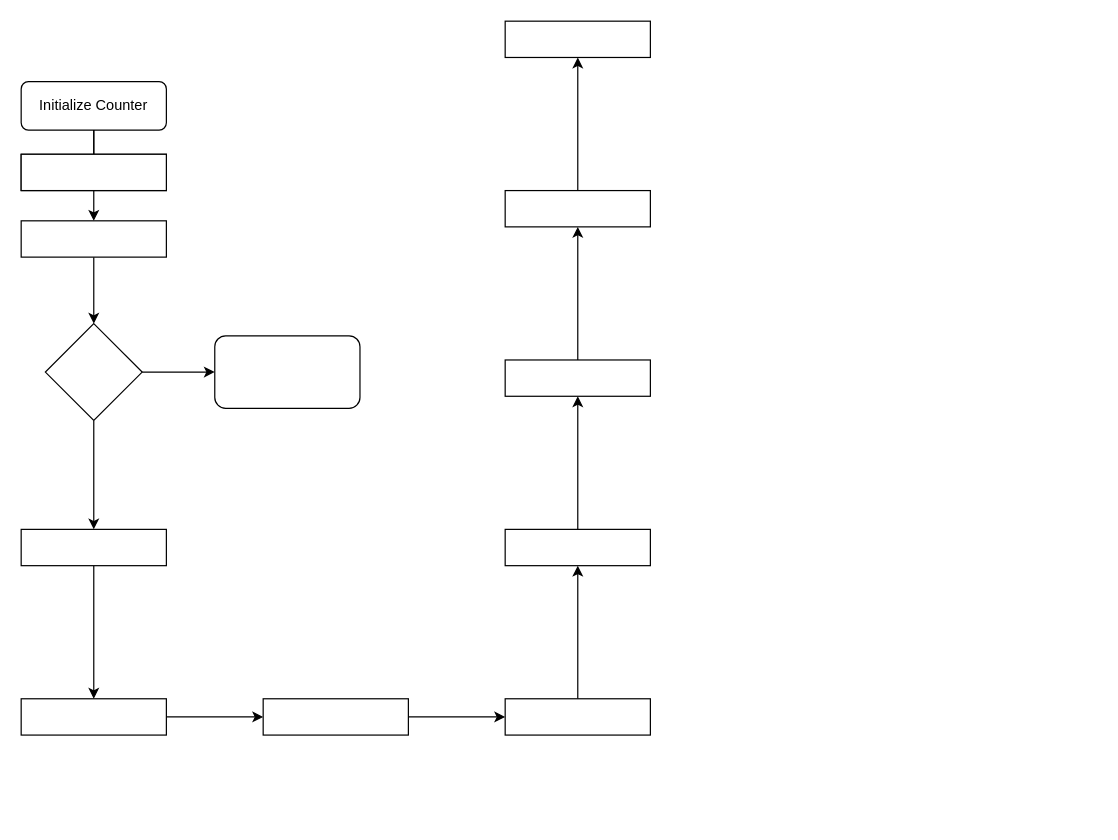
This is Untitled Diagram.drawio from Shambsri21/new_dem, a draw.io file, before an edit. Source tidied: cells renumbered, new cells numbered last; positions are measured from the earlier drawing's top-left corner, leaving out a move shared by most shapes. Both pictures are drawn from the tidied source at 121%, with x=0, y=0 at pixel (21, 21).
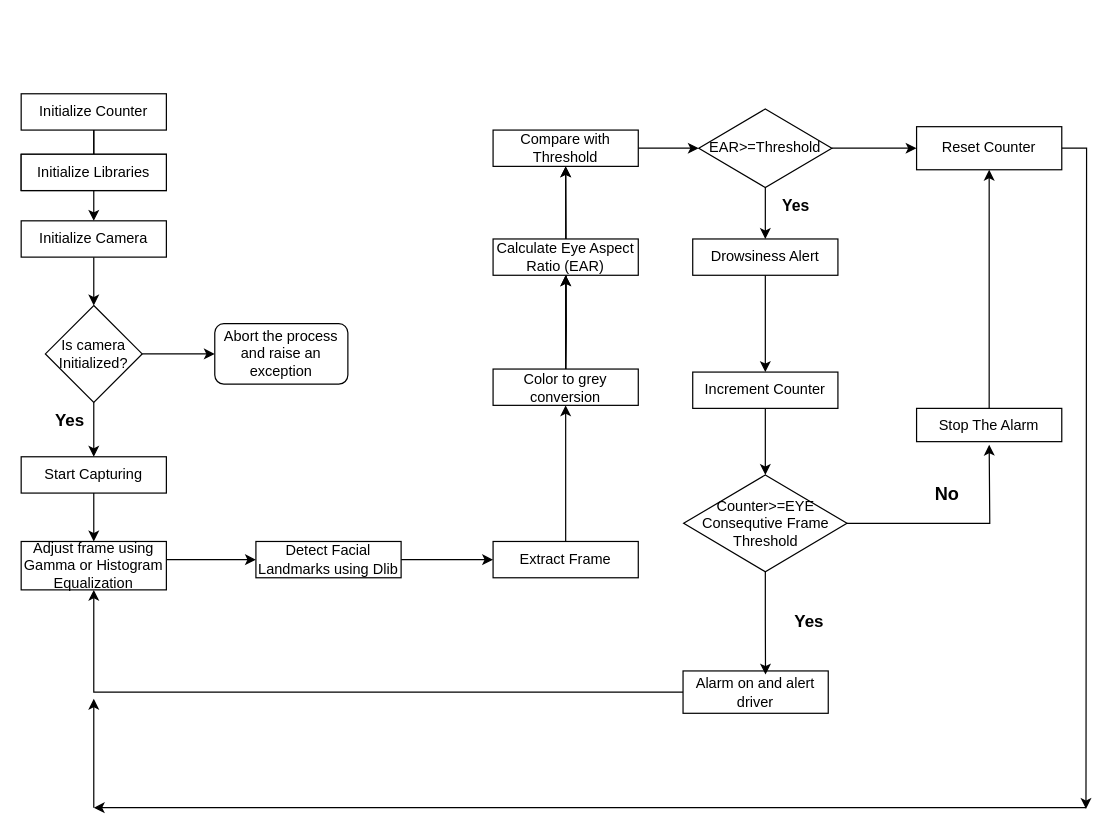
After the change.

The edit, as a diff of the source:
```diff
@@
-    <mxCell id="4" value="Initialize Counter" style="rounded=1;whiteSpace=wrap;html=1;fontSize=12;glass=0;strokeWidth=1;shadow=0;" parent="1" vertex="1">
-      <mxGeometry y="50" width="120" height="40" as="geometry" />
+    <mxCell id="4" value="Initialize Counter" style="square=1;whiteSpace=wrap;html=1;fontSize=12;glass=0;strokeWidth=1;shadow=0;" parent="1" vertex="1">
+      <mxGeometry y="60" width="120" height="30" as="geometry" />
     </mxCell>
@@
-    <mxCell id="7" style="rounded=0;whiteSpace=wrap;html=1;" parent="1" vertex="1">
+    <mxCell id="7" value="Initialize Libraries" style="rounded=0;whiteSpace=wrap;html=1;" parent="1" vertex="1">
       <mxGeometry y="110" width="120" height="30" as="geometry" />
     </mxCell>
@@
-    <mxCell id="9" style="rounded=0;whiteSpace=wrap;html=1;" parent="1" vertex="1">
+    <mxCell id="9" value="Initialize Camera" style="rounded=0;whiteSpace=wrap;html=1;" parent="1" vertex="1">
       <mxGeometry y="165" width="120" height="30" as="geometry" />
     </mxCell>
-    <mxCell id="10" style="edgeStyle=orthogonalEdgeStyle;rounded=0;jettySize=auto;html=1;" parent="1" edge="1" source="12">
-      <mxGeometry relative="1" as="geometry">
-        <mxPoint x="160" y="290" as="targetPoint" />
-      </mxGeometry>
-    </mxCell>
-    <mxCell id="11" style="edgeStyle=orthogonalEdgeStyle;rounded=0;jettySize=auto;html=1;" parent="1" edge="1" source="12" target="14">
-      <mxGeometry relative="1" as="geometry" />
+    <mxCell id="11" value="Yes" style="edgeStyle=orthogonalEdgeStyle;rounded=0;jettySize=auto;html=1;fontStyle=1;fontSize=14;" parent="1" edge="1" source="12" target="14">
+      <mxGeometry x="-0.33" y="-20" relative="1" as="geometry" />
     </mxCell>
+    <mxCell id="29" style="edgeStyle=orthogonalEdgeStyle;rounded=0;jettySize=auto;html=1;" parent="1" edge="1" source="12" target="28">
+      <mxGeometry relative="1" as="geometry" />
+    </mxCell>
-    <mxCell id="12" style="rhombus;whiteSpace=wrap;html=1;rounded=0;" parent="1" vertex="1">
-      <mxGeometry x="20" y="250" width="80" height="80" as="geometry" />
+    <mxCell id="12" value="Is camera Initialized?" style="rhombus;whiteSpace=wrap;html=1;rounded=0;" parent="1" vertex="1">
+      <mxGeometry x="20" y="235" width="80" height="80" as="geometry" />
     </mxCell>
-    <mxCell id="13" style="edgeStyle=orthogonalEdgeStyle;rounded=0;jettySize=auto;html=1;" parent="1" edge="1" source="14" target="16">
-      <mxGeometry relative="1" as="geometry" />
+    <mxCell id="13" style="edgeStyle=orthogonalEdgeStyle;rounded=0;jettySize=auto;html=1;" parent="1" edge="1" source="14">
+      <mxGeometry relative="1" as="geometry">
+        <mxPoint x="60" y="430" as="targetPoint" />
+      </mxGeometry>
     </mxCell>
-    <mxCell id="14" style="whiteSpace=wrap;html=1;rounded=0;" parent="1" vertex="1">
-      <mxGeometry y="420" width="120" height="30" as="geometry" />
+    <mxCell id="14" value="Start Capturing" style="whiteSpace=wrap;html=1;rounded=0;" parent="1" vertex="1">
+      <mxGeometry y="360" width="120" height="30" as="geometry" />
     </mxCell>
-    <mxCell id="15" style="edgeStyle=orthogonalEdgeStyle;rounded=0;jettySize=auto;html=1;" parent="1" edge="1" source="16" target="18">
-      <mxGeometry relative="1" as="geometry" />
+    <mxCell id="15" style="edgeStyle=orthogonalEdgeStyle;rounded=0;orthogonalLoop=1;jettySize=auto;html=1;" parent="1" edge="1">
+      <mxGeometry relative="1" as="geometry">
+        <mxPoint x="120" y="445" as="sourcePoint" />
+        <mxPoint x="194" y="445" as="targetPoint" />
+      </mxGeometry>
     </mxCell>
-    <mxCell id="16" style="whiteSpace=wrap;html=1;rounded=0;" parent="1" vertex="1">
-      <mxGeometry y="560" width="120" height="30" as="geometry" />
-    </mxCell>
-    <mxCell id="17" style="edgeStyle=orthogonalEdgeStyle;rounded=0;jettySize=auto;html=1;" parent="1" edge="1" source="18" target="20">
-      <mxGeometry relative="1" as="geometry" />
-    </mxCell>
-    <mxCell id="18" style="whiteSpace=wrap;html=1;rounded=0;" parent="1" vertex="1">
-      <mxGeometry x="200" y="560" width="120" height="30" as="geometry" />
-    </mxCell>
-    <mxCell id="19" style="edgeStyle=orthogonalEdgeStyle;rounded=0;jettySize=auto;html=1;" parent="1" edge="1" source="20" target="22">
-      <mxGeometry relative="1" as="geometry" />
-    </mxCell>
-    <mxCell id="20" style="whiteSpace=wrap;html=1;rounded=0;" parent="1" vertex="1">
-      <mxGeometry x="400" y="560" width="120" height="30" as="geometry" />
-    </mxCell>
-    <mxCell id="21" style="edgeStyle=orthogonalEdgeStyle;rounded=0;jettySize=auto;html=1;" parent="1" edge="1" source="22" target="24">
-      <mxGeometry relative="1" as="geometry" />
-    </mxCell>
-    <mxCell id="22" style="whiteSpace=wrap;html=1;rounded=0;" parent="1" vertex="1">
-      <mxGeometry x="400" y="420" width="120" height="30" as="geometry" />
-    </mxCell>
-    <mxCell id="23" style="edgeStyle=orthogonalEdgeStyle;rounded=0;jettySize=auto;html=1;" parent="1" edge="1" source="24" target="26">
-      <mxGeometry relative="1" as="geometry" />
+    <mxCell id="23" style="edgeStyle=orthogonalEdgeStyle;rounded=0;jettySize=auto;html=1;" parent="1" edge="1" target="26">
+      <mxGeometry relative="1" as="geometry">
+        <mxPoint x="450" y="290" as="sourcePoint" />
+      </mxGeometry>
     </mxCell>
-    <mxCell id="24" style="whiteSpace=wrap;html=1;rounded=0;" parent="1" vertex="1">
-      <mxGeometry x="400" y="280" width="120" height="30" as="geometry" />
-    </mxCell>
+    <mxCell id="30" style="edgeStyle=orthogonalEdgeStyle;rounded=0;jettySize=auto;html=1;" parent="1" edge="1" target="27">
+      <mxGeometry relative="1" as="geometry">
+        <mxPoint x="450" y="290" as="sourcePoint" />
+      </mxGeometry>
+    </mxCell>
@@
-    <mxCell id="26" style="whiteSpace=wrap;html=1;rounded=0;" parent="1" vertex="1">
-      <mxGeometry x="400" y="140" width="120" height="30" as="geometry" />
+    <mxCell id="26" value="Calculate Eye Aspect Ratio (EAR)" style="whiteSpace=wrap;html=1;rounded=0;" parent="1" vertex="1">
+      <mxGeometry x="390" y="180" width="120" height="30" as="geometry" />
     </mxCell>
+    <mxCell id="31" style="edgeStyle=orthogonalEdgeStyle;rounded=0;jettySize=auto;html=1;" parent="1" edge="1" source="27" target="42">
+      <mxGeometry relative="1" as="geometry" />
+    </mxCell>
-    <mxCell id="27" style="whiteSpace=wrap;html=1;rounded=0;" parent="1" vertex="1">
-      <mxGeometry x="400" width="120" height="30" as="geometry" />
+    <mxCell id="27" value="Compare with Threshold" style="whiteSpace=wrap;html=1;rounded=0;" parent="1" vertex="1">
+      <mxGeometry x="390" y="90" width="120" height="30" as="geometry" />
     </mxCell>
-    <mxCell id="28" style="rounded=1;whiteSpace=wrap;html=1;" parent="1" vertex="1">
-      <mxGeometry x="160" y="260" width="120" height="60" as="geometry" />
+    <mxCell id="28" value="Abort the process and raise an exception" style="rounded=1;whiteSpace=wrap;html=1;" parent="1" vertex="1">
+      <mxGeometry x="160" y="250" width="110" height="50" as="geometry" />
     </mxCell>
+    <mxCell id="32" style="edgeStyle=orthogonalEdgeStyle;rounded=0;orthogonalLoop=1;jettySize=auto;html=1;exitX=0.5;exitY=1;exitDx=0;exitDy=0;" parent="1" edge="1" source="27" target="27">
+      <mxGeometry relative="1" as="geometry" />
+    </mxCell>
+    <mxCell id="33" value="Adjust frame using Gamma or Histogram Equalization" style="whiteSpace=wrap;html=1;rounded=0;" parent="1" vertex="1">
+      <mxGeometry y="430" width="120" height="40" as="geometry" />
+    </mxCell>
+    <mxCell id="34" style="edgeStyle=orthogonalEdgeStyle;rounded=0;jettySize=auto;html=1;" parent="1" edge="1" source="35" target="37">
+      <mxGeometry relative="1" as="geometry" />
+    </mxCell>
+    <mxCell id="35" value="Extract Frame" style="whiteSpace=wrap;html=1;rounded=0;" parent="1" vertex="1">
+      <mxGeometry x="390" y="430" width="120" height="30" as="geometry" />
+    </mxCell>
+    <mxCell id="36" style="edgeStyle=orthogonalEdgeStyle;rounded=0;jettySize=auto;html=1;" parent="1" edge="1" source="37" target="26">
+      <mxGeometry relative="1" as="geometry" />
+    </mxCell>
+    <mxCell id="37" value="Color to grey conversion" style="whiteSpace=wrap;html=1;rounded=0;" parent="1" vertex="1">
+      <mxGeometry x="390" y="287.5" width="120" height="30" as="geometry" />
+    </mxCell>
+    <mxCell id="38" style="edgeStyle=orthogonalEdgeStyle;rounded=0;jettySize=auto;html=1;" parent="1" edge="1" source="39" target="35">
+      <mxGeometry relative="1" as="geometry" />
+    </mxCell>
+    <mxCell id="39" value="Detect Facial Landmarks using Dlib" style="whiteSpace=wrap;html=1;rounded=0;" parent="1" vertex="1">
+      <mxGeometry x="194" y="430" width="120" height="30" as="geometry" />
+    </mxCell>
+    <mxCell id="40" style="edgeStyle=orthogonalEdgeStyle;rounded=0;jettySize=auto;html=1;" parent="1" edge="1" source="42" target="44">
+      <mxGeometry relative="1" as="geometry" />
+    </mxCell>
+    <mxCell id="41" value="Yes" style="edgeStyle=orthogonalEdgeStyle;rounded=0;jettySize=auto;html=1;fontStyle=1;fontSize=13;" parent="1" edge="1" source="42" target="46">
+      <mxGeometry x="-0.41" y="25" relative="1" as="geometry">
+        <mxPoint y="1" as="offset" />
+      </mxGeometry>
+    </mxCell>
+    <mxCell id="42" value="EAR&amp;gt;=Threshold" style="rhombus;whiteSpace=wrap;html=1;rounded=0;" parent="1" vertex="1">
+      <mxGeometry x="560" y="72.5" width="110" height="65" as="geometry" />
+    </mxCell>
+    <mxCell id="43" style="edgeStyle=orthogonalEdgeStyle;rounded=0;jettySize=auto;html=1;exitX=1;exitY=0.5;exitDx=0;exitDy=0;" parent="1" edge="1" source="44">
+      <mxGeometry relative="1" as="geometry">
+        <mxPoint x="880" y="651" as="targetPoint" />
+      </mxGeometry>
+    </mxCell>
+    <mxCell id="44" value="Reset Counter" style="whiteSpace=wrap;html=1;rounded=0;" parent="1" vertex="1">
+      <mxGeometry x="740" y="87.2" width="120" height="35.6" as="geometry" />
+    </mxCell>
+    <mxCell id="45" style="edgeStyle=orthogonalEdgeStyle;rounded=0;jettySize=auto;html=1;" parent="1" edge="1" source="46" target="48">
+      <mxGeometry relative="1" as="geometry" />
+    </mxCell>
+    <mxCell id="46" value="Drowsiness Alert" style="whiteSpace=wrap;html=1;rounded=0;" parent="1" vertex="1">
+      <mxGeometry x="555" y="180" width="120" height="30" as="geometry" />
+    </mxCell>
+    <mxCell id="47" style="edgeStyle=orthogonalEdgeStyle;rounded=0;jettySize=auto;html=1;" parent="1" edge="1" source="48" target="50">
+      <mxGeometry relative="1" as="geometry" />
+    </mxCell>
+    <mxCell id="48" value="Increment Counter" style="whiteSpace=wrap;html=1;rounded=0;" parent="1" vertex="1">
+      <mxGeometry x="555" y="290" width="120" height="30" as="geometry" />
+    </mxCell>
+    <mxCell id="49" value="No" style="edgeStyle=orthogonalEdgeStyle;rounded=0;jettySize=auto;html=1;fontStyle=1;fontSize=15;" parent="1" edge="1" source="50">
+      <mxGeometry x="-0.1" y="25" relative="1" as="geometry">
+        <mxPoint x="800" y="350" as="targetPoint" />
+      </mxGeometry>
+    </mxCell>
+    <mxCell id="50" value="Counter&amp;gt;=EYE Consequtive Frame Threshold" style="rhombus;whiteSpace=wrap;html=1;rounded=0;" parent="1" vertex="1">
+      <mxGeometry x="547.5" y="375" width="135" height="80" as="geometry" />
+    </mxCell>
+    <mxCell id="51" style="edgeStyle=orthogonalEdgeStyle;rounded=0;jettySize=auto;html=1;entryX=0.5;entryY=1;entryDx=0;entryDy=0;" parent="1" edge="1" source="52" target="33">
+      <mxGeometry relative="1" as="geometry" />
+    </mxCell>
+    <mxCell id="52" value="Alarm on and alert driver" style="whiteSpace=wrap;html=1;rounded=0;" parent="1" vertex="1">
+      <mxGeometry x="547" y="537" width="120" height="35" as="geometry" />
+    </mxCell>
+    <mxCell id="53" style="edgeStyle=orthogonalEdgeStyle;rounded=0;jettySize=auto;html=1;exitX=0.5;exitY=0;exitDx=0;exitDy=0;" parent="1" edge="1" source="54" target="44">
+      <mxGeometry relative="1" as="geometry" />
+    </mxCell>
+    <mxCell id="54" value="Stop The Alarm" style="rounded=0;whiteSpace=wrap;html=1;" parent="1" vertex="1">
+      <mxGeometry x="740" y="320" width="120" height="27.5" as="geometry" />
+    </mxCell>
+    <mxCell id="55" style="endArrow=classic;html=1;rounded=0;" parent="1" edge="1">
+      <mxGeometry relative="1" as="geometry">
+        <mxPoint x="880" y="650" as="sourcePoint" />
+        <mxPoint x="60" y="650" as="targetPoint" />
+      </mxGeometry>
+    </mxCell>
+    <mxCell id="56" style="endArrow=classic;html=1;rounded=0;" parent="1" edge="1">
+      <mxGeometry relative="1" as="geometry">
+        <mxPoint x="60" y="650" as="sourcePoint" />
+        <mxPoint x="60" y="560" as="targetPoint" />
+      </mxGeometry>
+    </mxCell>
+    <mxCell id="57" value="Yes" style="edgeStyle=orthogonalEdgeStyle;rounded=0;jettySize=auto;html=1;exitX=0.5;exitY=1;exitDx=0;exitDy=0;entryX=0.568;entryY=0.086;entryDx=0;entryDy=0;entryPerimeter=0;fontStyle=1;fontSize=14;" parent="1" edge="1" source="50" target="52">
+      <mxGeometry x="-0.03" y="35" relative="1" as="geometry">
+        <mxPoint x="1" as="offset" />
+      </mxGeometry>
+    </mxCell>
```
